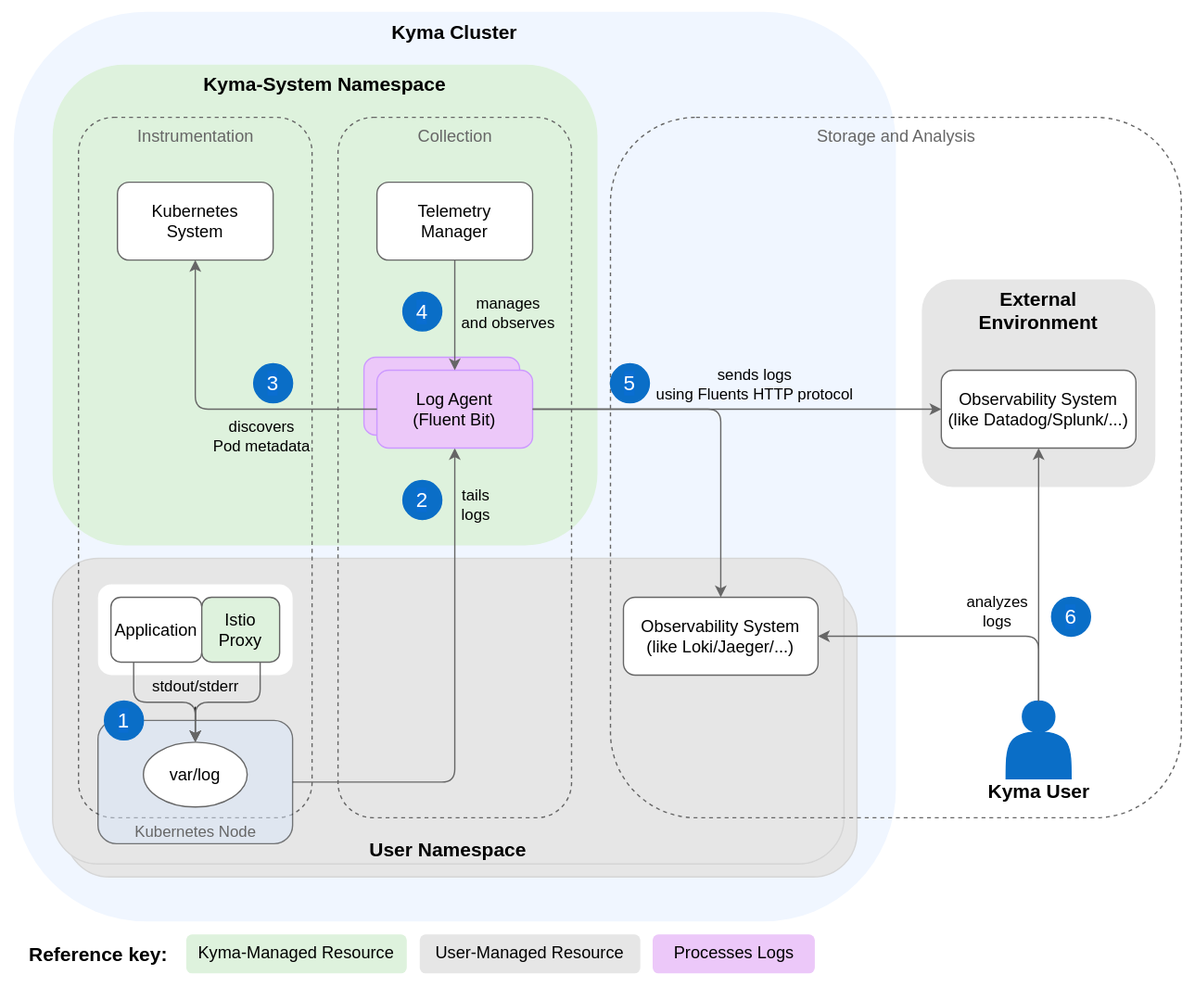
The draw.io diagram docs/user/assets/logs-arch.drawio.svg in kyma-project/telemetry-manager, before a commit. Source tidied: cells renumbered, new cells last; positions are measured from the earlier drawing's top-left corner, leaving out a move shared by most shapes.
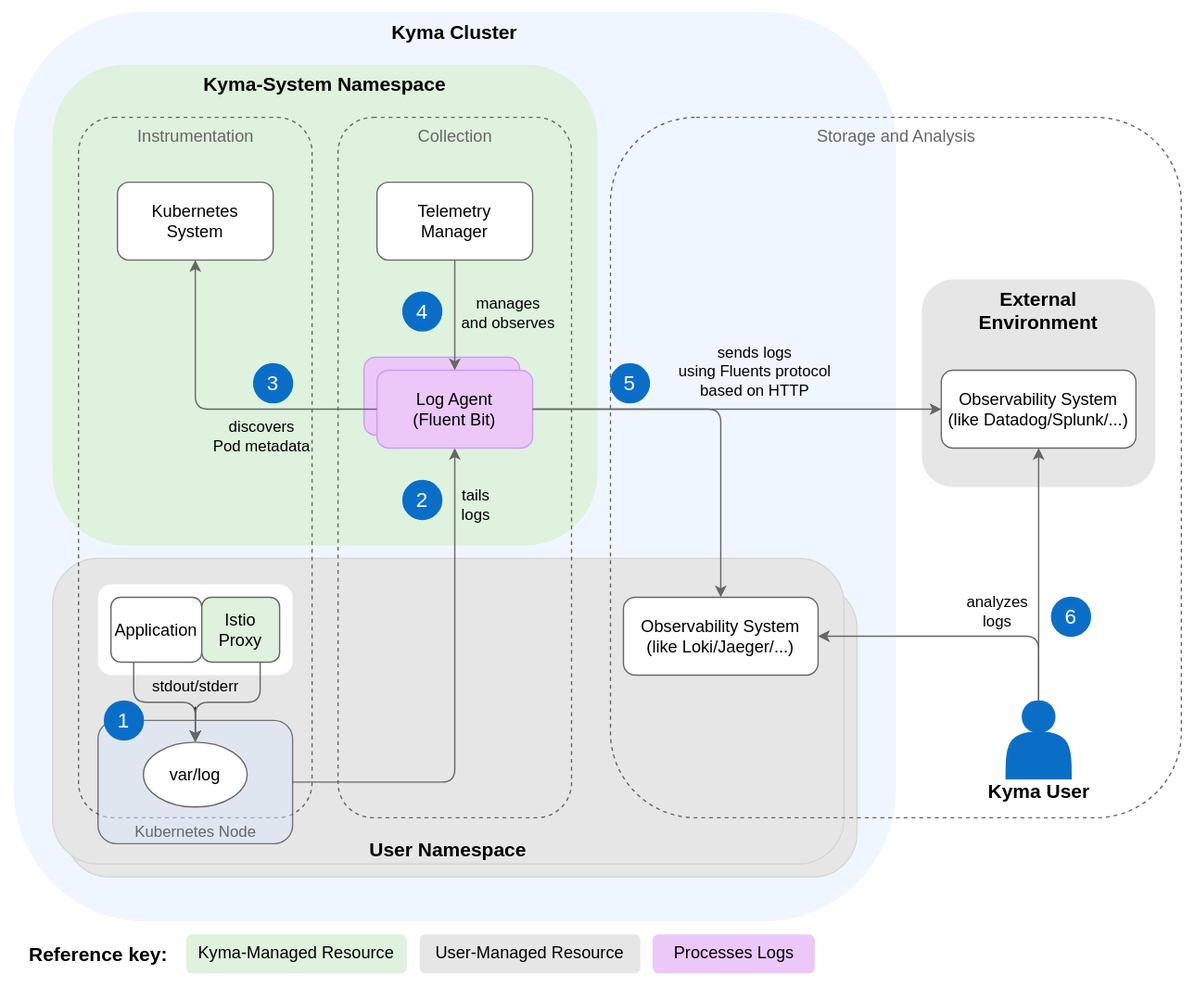
The same file after the commit.

The edit, as a diff of the source:
```diff
@@ -111,9 +111,9 @@
         </Array>
       </mxGeometry>
     </mxCell>
-    <mxCell id="34" value="sends logs&amp;nbsp;&lt;br style=&quot;font-size: 12px;&quot;&gt;using Fluents HTTP protocol" style="edgeLabel;html=1;align=center;verticalAlign=middle;labelBackgroundColor=none;fontSize=12;" parent="33" vertex="1">
+    <mxCell id="34" value="sends logs&amp;nbsp;&lt;br style=&quot;font-size: 12px;&quot;&gt;using Fluents protocol&lt;br&gt;based on HTTP" style="edgeLabel;html=1;align=center;verticalAlign=middle;labelBackgroundColor=none;fontSize=12;" parent="33" vertex="1">
       <mxGeometry x="-0.14" y="-2" relative="1" as="geometry">
-        <mxPoint x="34" y="-22" as="offset" />
+        <mxPoint x="34" y="-32" as="offset" />
       </mxGeometry>
     </mxCell>
     <mxCell id="35" style="edgeStyle=orthogonalEdgeStyle;rounded=1;jettySize=auto;html=1;entryX=0.5;entryY=0;entryDx=0;entryDy=0;strokeColor=#666666;exitX=1;exitY=0.5;exitDx=0;exitDy=0;" parent="1" edge="1" source="28" target="14">
```
